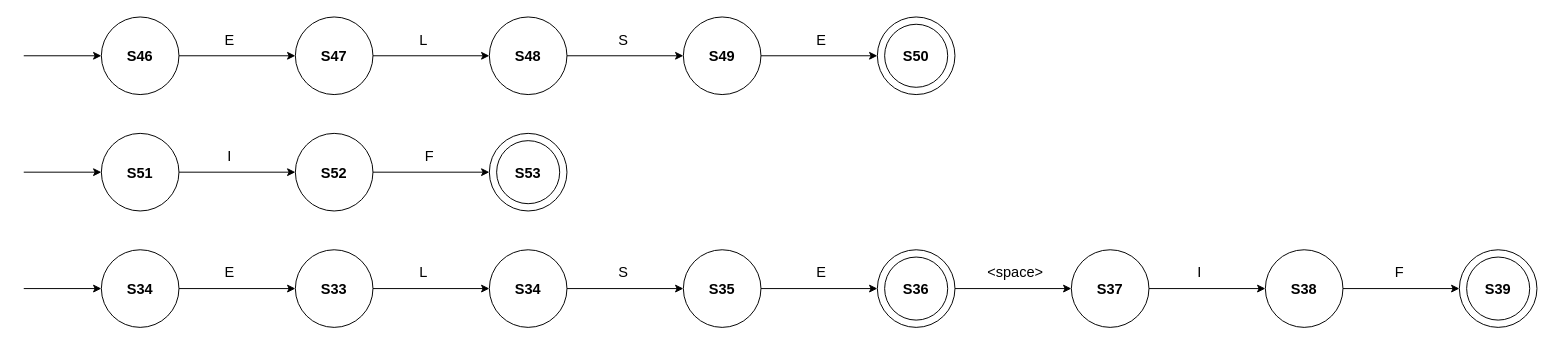
This is conditionalWords.drawio from MonaJea-Ng/Projects, a draw.io file, before an edit. Source tidied: cells renumbered, new cells numbered last; positions are measured from the earlier drawing's top-left corner, leaving out a move shared by most shapes. Both pictures are drawn from the tidied source at 97%, with x=0, y=0 at pixel (23, 16).
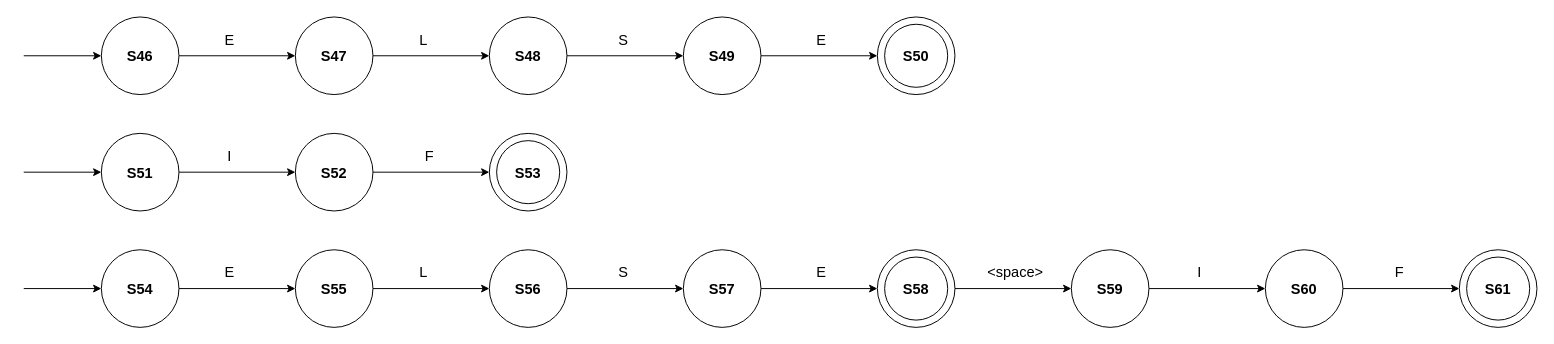
The same page after the edit.

Diff of the diagram source:
```diff
@@
-    <mxCell id="38" value="&lt;b style=&quot;font-size: 15px;&quot;&gt;S34&lt;/b&gt;" style="text;html=1;strokeColor=none;fillColor=none;align=center;verticalAlign=middle;whiteSpace=wrap;rounded=0;fontSize=15;" parent="1" vertex="1">
+    <mxCell id="38" value="&lt;b style=&quot;font-size: 15px;&quot;&gt;S56&lt;/b&gt;" style="text;html=1;strokeColor=none;fillColor=none;align=center;verticalAlign=middle;whiteSpace=wrap;rounded=0;fontSize=15;" parent="1" vertex="1">
       <mxGeometry x="490" y="265" width="60" height="30" as="geometry" />
     </mxCell>
-    <mxCell id="39" value="&lt;b&gt;&lt;font style=&quot;font-size: 15px;&quot;&gt;S35&lt;/font&gt;&lt;/b&gt;" style="text;html=1;strokeColor=none;fillColor=none;align=center;verticalAlign=middle;whiteSpace=wrap;rounded=0;" parent="1" vertex="1">
+    <mxCell id="39" value="&lt;b&gt;&lt;font style=&quot;font-size: 15px;&quot;&gt;S57&lt;/font&gt;&lt;/b&gt;" style="text;html=1;strokeColor=none;fillColor=none;align=center;verticalAlign=middle;whiteSpace=wrap;rounded=0;" parent="1" vertex="1">
       <mxGeometry x="690" y="265" width="60" height="30" as="geometry" />
     </mxCell>
@@
-    <mxCell id="46" value="&lt;b style=&quot;font-size: 15px;&quot;&gt;S33&lt;/b&gt;" style="text;html=1;strokeColor=none;fillColor=none;align=center;verticalAlign=middle;whiteSpace=wrap;rounded=0;fontSize=15;" parent="1" vertex="1">
+    <mxCell id="46" value="&lt;b style=&quot;font-size: 15px;&quot;&gt;S55&lt;/b&gt;" style="text;html=1;strokeColor=none;fillColor=none;align=center;verticalAlign=middle;whiteSpace=wrap;rounded=0;fontSize=15;" parent="1" vertex="1">
       <mxGeometry x="290" y="265" width="60" height="30" as="geometry" />
     </mxCell>
@@
-    <mxCell id="50" value="&lt;b style=&quot;font-size: 15px;&quot;&gt;S34&lt;/b&gt;" style="text;html=1;strokeColor=none;fillColor=none;align=center;verticalAlign=middle;whiteSpace=wrap;rounded=0;fontSize=15;" parent="1" vertex="1">
+    <mxCell id="50" value="&lt;b style=&quot;font-size: 15px;&quot;&gt;S54&lt;/b&gt;" style="text;html=1;strokeColor=none;fillColor=none;align=center;verticalAlign=middle;whiteSpace=wrap;rounded=0;fontSize=15;" parent="1" vertex="1">
       <mxGeometry x="90" y="265" width="60" height="30" as="geometry" />
     </mxCell>
@@
-    <mxCell id="56" value="&lt;b style=&quot;font-size: 15px;&quot;&gt;S38&lt;/b&gt;" style="text;html=1;strokeColor=none;fillColor=none;align=center;verticalAlign=middle;whiteSpace=wrap;rounded=0;fontSize=15;" parent="1" vertex="1">
+    <mxCell id="56" value="&lt;b style=&quot;font-size: 15px;&quot;&gt;S60&lt;/b&gt;" style="text;html=1;strokeColor=none;fillColor=none;align=center;verticalAlign=middle;whiteSpace=wrap;rounded=0;fontSize=15;" parent="1" vertex="1">
       <mxGeometry x="1290" y="265" width="60" height="30" as="geometry" />
     </mxCell>
@@
-    <mxCell id="60" value="&lt;b style=&quot;font-size: 15px;&quot;&gt;S37&lt;/b&gt;" style="text;html=1;strokeColor=none;fillColor=none;align=center;verticalAlign=middle;whiteSpace=wrap;rounded=0;fontSize=15;" parent="1" vertex="1">
+    <mxCell id="60" value="&lt;b style=&quot;font-size: 15px;&quot;&gt;S59&lt;/b&gt;" style="text;html=1;strokeColor=none;fillColor=none;align=center;verticalAlign=middle;whiteSpace=wrap;rounded=0;fontSize=15;" parent="1" vertex="1">
       <mxGeometry x="1090" y="265" width="60" height="30" as="geometry" />
     </mxCell>
@@
-    <mxCell id="63" value="&lt;b&gt;&lt;font style=&quot;font-size: 15px;&quot;&gt;S39&lt;/font&gt;&lt;/b&gt;" style="text;html=1;strokeColor=none;fillColor=none;align=center;verticalAlign=middle;whiteSpace=wrap;rounded=0;" parent="1" vertex="1">
+    <mxCell id="63" value="&lt;b&gt;&lt;font style=&quot;font-size: 15px;&quot;&gt;S61&lt;/font&gt;&lt;/b&gt;" style="text;html=1;strokeColor=none;fillColor=none;align=center;verticalAlign=middle;whiteSpace=wrap;rounded=0;" parent="1" vertex="1">
       <mxGeometry x="1490" y="265" width="60" height="30" as="geometry" />
     </mxCell>
@@
-    <mxCell id="66" value="&lt;b&gt;&lt;font style=&quot;font-size: 15px;&quot;&gt;S36&lt;/font&gt;&lt;/b&gt;" style="text;html=1;strokeColor=none;fillColor=none;align=center;verticalAlign=middle;whiteSpace=wrap;rounded=0;" parent="1" vertex="1">
+    <mxCell id="66" value="&lt;b&gt;&lt;font style=&quot;font-size: 15px;&quot;&gt;S58&lt;/font&gt;&lt;/b&gt;" style="text;html=1;strokeColor=none;fillColor=none;align=center;verticalAlign=middle;whiteSpace=wrap;rounded=0;" parent="1" vertex="1">
       <mxGeometry x="890" y="265" width="60" height="30" as="geometry" />
     </mxCell>
```
